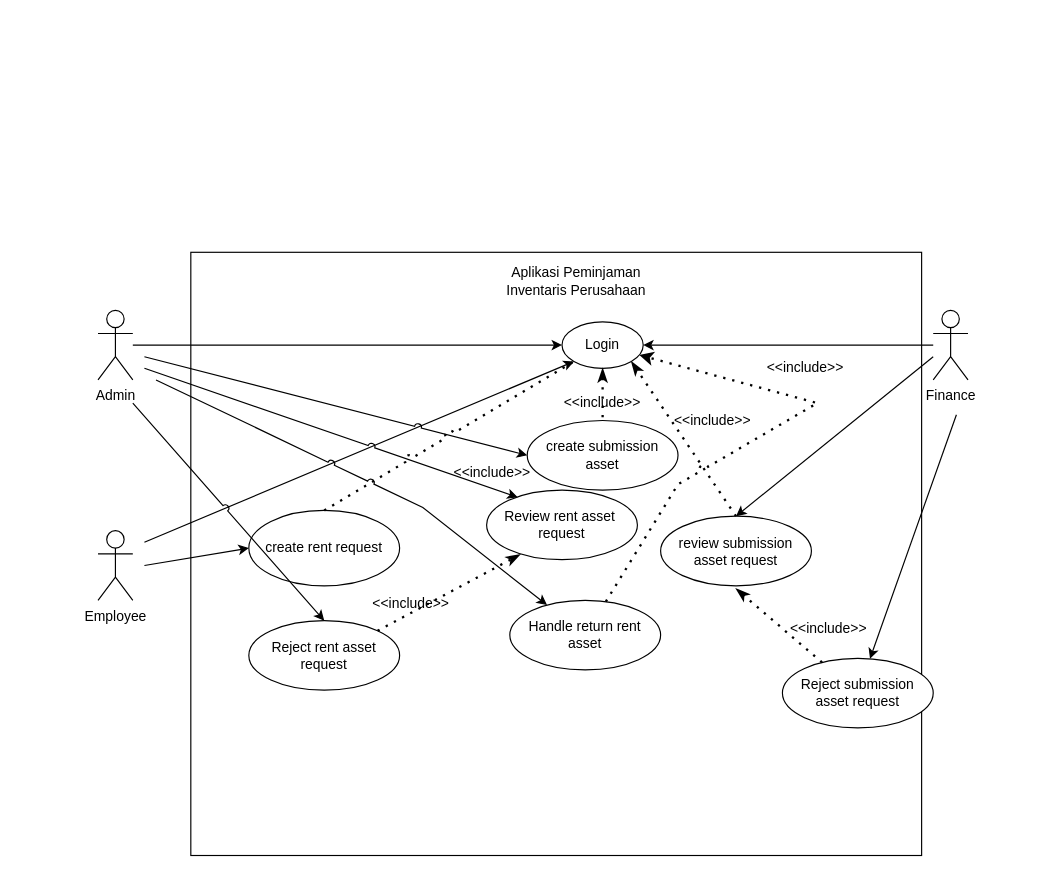
alifandartaa/BPMN-MCC72 keeps this draw.io diagram as page "UCD" (2 of 10) of Untitled Diagram.drawio. Above is the earlier version. Source tidied: cells renumbered, new cells numbered last; positions are measured from the earlier drawing's top-left corner, leaving out a move shared by most shapes. Both pictures are drawn from the tidied source at 116%, with x=0, y=0 at pixel (97, 252).
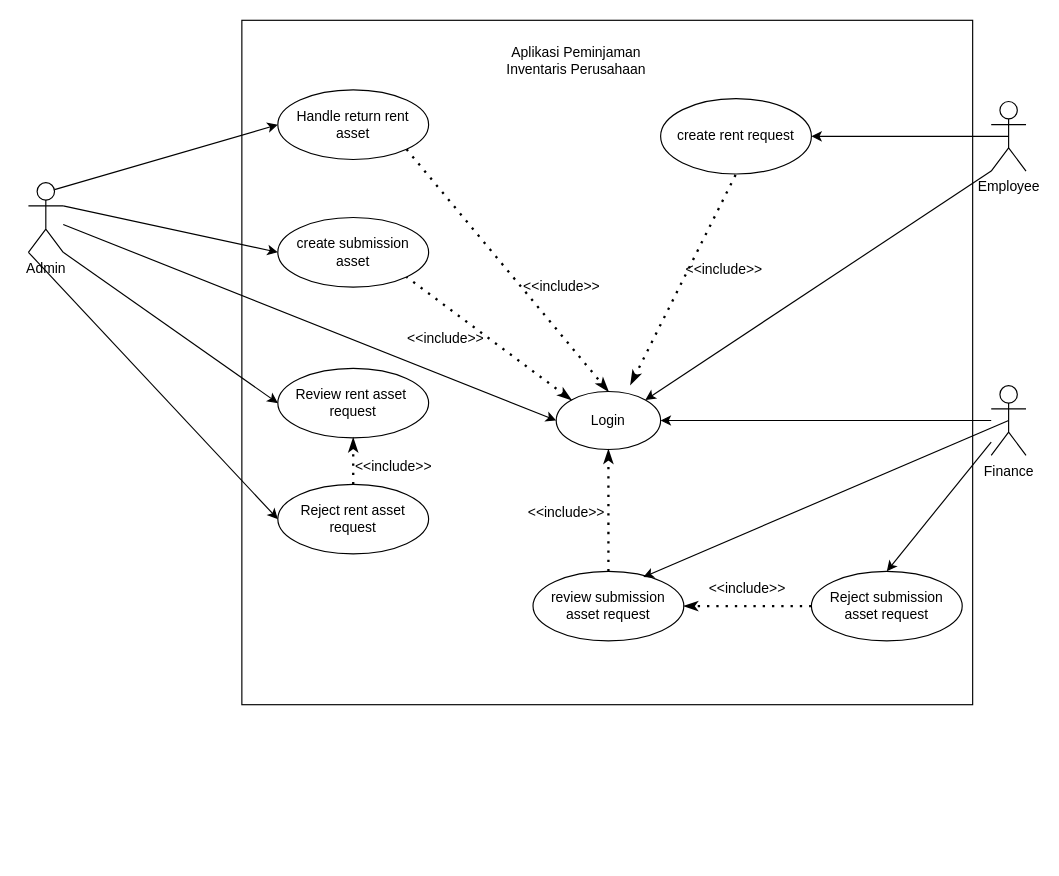
After the change.

What changed in the source:
```diff
@@
-    <mxCell id="2" style="rounded=0;whiteSpace=wrap;html=1;" parent="1" vertex="1">
-      <mxGeometry x="80" width="630" height="520" as="geometry" />
-    </mxCell>
+    <mxCell id="37" style="rounded=0;whiteSpace=wrap;html=1;" parent="1" vertex="1">
+      <mxGeometry x="124" y="-200" width="630" height="590" as="geometry" />
+    </mxCell>
     <mxCell id="3" value="Admin" style="shape=umlActor;verticalLabelPosition=bottom;verticalAlign=top;html=1;outlineConnect=0;" parent="1" vertex="1">
-      <mxGeometry y="50" width="30" height="60" as="geometry" />
+      <mxGeometry x="-60" y="-60" width="30" height="60" as="geometry" />
     </mxCell>
     <mxCell id="4" value="Finance" style="shape=umlActor;verticalLabelPosition=bottom;verticalAlign=top;html=1;outlineConnect=0;" parent="1" vertex="1">
-      <mxGeometry x="720" y="50" width="30" height="60" as="geometry" />
+      <mxGeometry x="770" y="115" width="30" height="60" as="geometry" />
     </mxCell>
     <mxCell id="5" value="Login" style="ellipse;whiteSpace=wrap;html=1;" parent="1" vertex="1">
-      <mxGeometry x="400" y="60" width="70" height="40" as="geometry" />
+      <mxGeometry x="395" y="120" width="90" height="50" as="geometry" />
     </mxCell>
     <mxCell id="6" value="Employee" style="shape=umlActor;verticalLabelPosition=bottom;verticalAlign=top;html=1;outlineConnect=0;" parent="1" vertex="1">
-      <mxGeometry y="240" width="30" height="60" as="geometry" />
+      <mxGeometry x="770" y="-130" width="30" height="60" as="geometry" />
     </mxCell>
     <mxCell id="7" value="Review rent asset&amp;nbsp;&lt;br&gt;request" style="ellipse;whiteSpace=wrap;html=1;" parent="1" vertex="1">
-      <mxGeometry x="335" y="205" width="130" height="60" as="geometry" />
+      <mxGeometry x="155" y="100" width="130" height="60" as="geometry" />
     </mxCell>
     <mxCell id="8" value="Reject submission asset request" style="ellipse;whiteSpace=wrap;html=1;" parent="1" vertex="1">
-      <mxGeometry x="590" y="350" width="130" height="60" as="geometry" />
+      <mxGeometry x="615" y="275" width="130" height="60" as="geometry" />
     </mxCell>
     <mxCell id="9" value="create submission asset" style="ellipse;whiteSpace=wrap;html=1;" parent="1" vertex="1">
-      <mxGeometry x="370" y="145" width="130" height="60" as="geometry" />
+      <mxGeometry x="155" y="-30" width="130" height="60" as="geometry" />
     </mxCell>
     <mxCell id="10" value="create rent request" style="ellipse;whiteSpace=wrap;html=1;" parent="1" vertex="1">
-      <mxGeometry x="130" y="222.5" width="130" height="65" as="geometry" />
+      <mxGeometry x="485" y="-132.5" width="130" height="65" as="geometry" />
     </mxCell>
     <mxCell id="11" value="Reject rent asset request" style="ellipse;whiteSpace=wrap;html=1;" parent="1" vertex="1">
-      <mxGeometry x="130" y="317.5" width="130" height="60" as="geometry" />
+      <mxGeometry x="155" y="200" width="130" height="60" as="geometry" />
     </mxCell>
     <mxCell id="12" value="review submission asset request" style="ellipse;whiteSpace=wrap;html=1;" parent="1" vertex="1">
-      <mxGeometry x="485" y="227.5" width="130" height="60" as="geometry" />
+      <mxGeometry x="375" y="275" width="130" height="60" as="geometry" />
     </mxCell>
-    <mxCell id="13" style="endArrow=classic;html=1;rounded=0;entryX=0;entryY=1;entryDx=0;entryDy=0;jumpStyle=arc;" parent="1" edge="1" target="5">
-      <mxGeometry relative="1" as="geometry">
-        <mxPoint x="40" y="250" as="sourcePoint" />
-      </mxGeometry>
+    <mxCell id="13" style="endArrow=classic;html=1;rounded=0;entryX=1;entryY=0;entryDx=0;entryDy=0;jumpStyle=arc;exitX=0;exitY=1;exitDx=0;exitDy=0;exitPerimeter=0;" parent="1" edge="1" source="6" target="5">
+      <mxGeometry relative="1" as="geometry" />
     </mxCell>
-    <mxCell id="14" style="endArrow=classic;html=1;rounded=0;entryX=0;entryY=0.5;entryDx=0;entryDy=0;" parent="1" edge="1" target="10">
-      <mxGeometry relative="1" as="geometry">
-        <mxPoint x="40" y="270" as="sourcePoint" />
-      </mxGeometry>
+    <mxCell id="14" style="endArrow=classic;html=1;rounded=0;exitX=0.5;exitY=0.5;exitDx=0;exitDy=0;exitPerimeter=0;entryX=1;entryY=0.5;entryDx=0;entryDy=0;" parent="1" edge="1" source="6" target="10">
+      <mxGeometry relative="1" as="geometry" />
     </mxCell>
@@
-    <mxCell id="16" style="endArrow=classic;html=1;rounded=0;entryX=0;entryY=0.5;entryDx=0;entryDy=0;jumpStyle=arc;" parent="1" edge="1" target="9">
-      <mxGeometry relative="1" as="geometry">
-        <mxPoint x="40" y="90" as="sourcePoint" />
-      </mxGeometry>
+    <mxCell id="16" style="endArrow=classic;html=1;rounded=0;entryX=0;entryY=0.5;entryDx=0;entryDy=0;jumpStyle=arc;exitX=1;exitY=0.3333333333333333;exitDx=0;exitDy=0;exitPerimeter=0;" parent="1" edge="1" source="3" target="9">
+      <mxGeometry relative="1" as="geometry" />
     </mxCell>
-    <mxCell id="17" style="endArrow=none;dashed=1;html=1;dashPattern=1 3;strokeWidth=2;rounded=0;exitX=0.5;exitY=1;exitDx=0;exitDy=0;entryX=0.5;entryY=0;entryDx=0;entryDy=0;startArrow=classicThin;startFill=1;" parent="1" edge="1" source="5" target="9">
+    <mxCell id="17" style="endArrow=none;dashed=1;html=1;dashPattern=1 3;strokeWidth=2;rounded=0;entryX=1;entryY=1;entryDx=0;entryDy=0;startArrow=classicThin;startFill=1;exitX=0;exitY=0;exitDx=0;exitDy=0;" parent="1" edge="1" source="5" target="9">
       <mxGeometry relative="1" as="geometry" />
     </mxCell>
     <mxCell id="18" value="&amp;lt;&amp;lt;include&amp;gt;&amp;gt;" style="text;html=1;strokeColor=none;fillColor=none;align=center;verticalAlign=middle;whiteSpace=wrap;rounded=0;" parent="1" vertex="1">
-      <mxGeometry x="500" y="130" width="60" height="30" as="geometry" />
+      <mxGeometry x="370" y="15" width="60" height="30" as="geometry" />
     </mxCell>
-    <mxCell id="19" style="endArrow=classic;html=1;rounded=0;entryX=0.206;entryY=0.103;entryDx=0;entryDy=0;entryPerimeter=0;jumpStyle=arc;" parent="1" edge="1" target="7">
-      <mxGeometry relative="1" as="geometry">
-        <mxPoint x="40" y="100" as="sourcePoint" />
-      </mxGeometry>
+    <mxCell id="19" style="endArrow=classic;html=1;rounded=0;entryX=0;entryY=0.5;entryDx=0;entryDy=0;jumpStyle=arc;exitX=1;exitY=1;exitDx=0;exitDy=0;exitPerimeter=0;" parent="1" edge="1" source="3" target="7">
+      <mxGeometry relative="1" as="geometry" />
     </mxCell>
-    <mxCell id="20" style="endArrow=none;dashed=1;html=1;dashPattern=1 3;strokeWidth=2;rounded=0;exitX=0.5;exitY=0;exitDx=0;exitDy=0;entryX=0;entryY=1;entryDx=0;entryDy=0;jumpStyle=arc;" parent="1" edge="1" source="10" target="5">
-      <mxGeometry relative="1" as="geometry" />
-    </mxCell>
     <mxCell id="21" value="&amp;lt;&amp;lt;include&amp;gt;&amp;gt;" style="text;html=1;strokeColor=none;fillColor=none;align=center;verticalAlign=middle;whiteSpace=wrap;rounded=0;" parent="1" vertex="1">
-      <mxGeometry x="310" y="175" width="60" height="30" as="geometry" />
+      <mxGeometry x="374" y="210" width="60" height="30" as="geometry" />
     </mxCell>
-    <mxCell id="22" style="endArrow=classic;html=1;rounded=0;entryX=0.5;entryY=0;entryDx=0;entryDy=0;jumpStyle=arc;" parent="1" edge="1" target="11">
-      <mxGeometry relative="1" as="geometry">
-        <mxPoint x="30" y="130" as="sourcePoint" />
-      </mxGeometry>
+    <mxCell id="22" style="endArrow=classic;html=1;rounded=0;entryX=0;entryY=0.5;entryDx=0;entryDy=0;jumpStyle=arc;exitX=0;exitY=1;exitDx=0;exitDy=0;exitPerimeter=0;" parent="1" edge="1" source="3" target="11">
+      <mxGeometry relative="1" as="geometry" />
     </mxCell>
@@
-    <mxCell id="24" style="endArrow=classic;html=1;rounded=0;entryX=0.5;entryY=0;entryDx=0;entryDy=0;jumpStyle=arc;" parent="1" edge="1" target="12">
-      <mxGeometry relative="1" as="geometry">
-        <mxPoint x="720" y="90" as="sourcePoint" />
-      </mxGeometry>
-    </mxCell>
-    <mxCell id="25" style="endArrow=classicThin;dashed=1;html=1;dashPattern=1 3;strokeWidth=2;rounded=0;entryX=1;entryY=1;entryDx=0;entryDy=0;exitX=0.5;exitY=0;exitDx=0;exitDy=0;jumpStyle=arc;endFill=1;" parent="1" edge="1" source="12" target="5">
-      <mxGeometry relative="1" as="geometry" />
-    </mxCell>
     <mxCell id="26" value="&amp;lt;&amp;lt;include&amp;gt;&amp;gt;" style="text;html=1;strokeColor=none;fillColor=none;align=center;verticalAlign=middle;whiteSpace=wrap;rounded=0;" parent="1" vertex="1">
-      <mxGeometry x="405" y="115" width="60" height="30" as="geometry" />
+      <mxGeometry x="530" y="275" width="60" height="30" as="geometry" />
     </mxCell>
-    <mxCell id="27" style="endArrow=classic;html=1;rounded=0;jumpStyle=arc;" parent="1" edge="1" target="8">
-      <mxGeometry relative="1" as="geometry">
-        <mxPoint x="740" y="140" as="sourcePoint" />
-      </mxGeometry>
+    <mxCell id="27" style="endArrow=classic;html=1;rounded=0;jumpStyle=arc;entryX=0.5;entryY=0;entryDx=0;entryDy=0;" parent="1" edge="1" source="4" target="8">
+      <mxGeometry relative="1" as="geometry" />
     </mxCell>
     <mxCell id="28" value="Aplikasi Peminjaman Inventaris Perusahaan" style="text;html=1;strokeColor=none;fillColor=none;align=center;verticalAlign=middle;whiteSpace=wrap;rounded=0;" parent="1" vertex="1">
-      <mxGeometry x="330" y="10" width="165" height="30" as="geometry" />
+      <mxGeometry x="330" y="-180" width="165" height="30" as="geometry" />
     </mxCell>
-    <mxCell id="29" style="endArrow=classic;html=1;rounded=0;jumpStyle=arc;" parent="1" edge="1" target="30">
-      <mxGeometry relative="1" as="geometry">
-        <mxPoint x="50" y="110" as="sourcePoint" />
-        <Array as="points">
-          <mxPoint x="280" y="220" />
-        </Array>
-      </mxGeometry>
-    </mxCell>
     <mxCell id="30" value="Handle return rent asset" style="ellipse;whiteSpace=wrap;html=1;" parent="1" vertex="1">
-      <mxGeometry x="355" y="300" width="130" height="60" as="geometry" />
+      <mxGeometry x="155" y="-140" width="130" height="60" as="geometry" />
     </mxCell>
-    <mxCell id="31" style="endArrow=classic;dashed=1;html=1;dashPattern=1 3;strokeWidth=2;rounded=0;jumpStyle=arc;endFill=1;" parent="1" edge="1" source="30" target="5">
-      <mxGeometry relative="1" as="geometry">
-        <Array as="points">
-          <mxPoint x="500" y="200" />
-          <mxPoint x="620" y="130" />
-        </Array>
-      </mxGeometry>
-    </mxCell>
     <mxCell id="32" value="&amp;lt;&amp;lt;include&amp;gt;&amp;gt;" style="text;html=1;strokeColor=none;fillColor=none;align=center;verticalAlign=middle;whiteSpace=wrap;rounded=0;" parent="1" vertex="1">
-      <mxGeometry x="580" y="85" width="60" height="30" as="geometry" />
+      <mxGeometry x="225" y="170" width="60" height="30" as="geometry" />
     </mxCell>
     <mxCell id="33" value="&amp;lt;&amp;lt;include&amp;gt;&amp;gt;" style="text;html=1;strokeColor=none;fillColor=none;align=center;verticalAlign=middle;whiteSpace=wrap;rounded=0;" parent="1" vertex="1">
-      <mxGeometry x="240" y="287.5" width="60" height="30" as="geometry" />
+      <mxGeometry x="510" width="60" height="30" as="geometry" />
     </mxCell>
+    <mxCell id="35" value="&amp;lt;&amp;lt;include&amp;gt;&amp;gt;" style="text;html=1;strokeColor=none;fillColor=none;align=center;verticalAlign=middle;whiteSpace=wrap;rounded=0;" parent="1" vertex="1">
+      <mxGeometry x="270" y="60" width="60" height="30" as="geometry" />
+    </mxCell>
+    <mxCell id="38" style="endArrow=classicThin;dashed=1;html=1;dashPattern=1 3;strokeWidth=2;rounded=0;exitX=0;exitY=0.5;exitDx=0;exitDy=0;endFill=1;entryX=1;entryY=0.5;entryDx=0;entryDy=0;" parent="1" edge="1" source="8" target="12">
+      <mxGeometry relative="1" as="geometry" />
+    </mxCell>
+    <mxCell id="39" style="endArrow=classic;html=1;rounded=0;exitX=0.75;exitY=0.1;exitDx=0;exitDy=0;exitPerimeter=0;entryX=0;entryY=0.5;entryDx=0;entryDy=0;" parent="1" edge="1" source="3" target="30">
+      <mxGeometry relative="1" as="geometry" />
+    </mxCell>
+    <mxCell id="25" style="endArrow=classicThin;dashed=1;html=1;dashPattern=1 3;strokeWidth=2;rounded=0;exitX=0.5;exitY=0;exitDx=0;exitDy=0;entryX=0.5;entryY=1;entryDx=0;entryDy=0;endFill=1;" parent="1" edge="1" source="12" target="5">
+      <mxGeometry relative="1" as="geometry" />
+    </mxCell>
-    <mxCell id="34" style="endArrow=classicThin;dashed=1;html=1;dashPattern=1 3;strokeWidth=2;rounded=0;exitX=1;exitY=0;exitDx=0;exitDy=0;entryX=0.222;entryY=0.926;entryDx=0;entryDy=0;entryPerimeter=0;endFill=1;" parent="1" edge="1" source="11" target="7">
+    <mxCell id="34" style="endArrow=classicThin;dashed=1;html=1;dashPattern=1 3;strokeWidth=2;rounded=0;exitX=0.5;exitY=0;exitDx=0;exitDy=0;entryX=0.5;entryY=1;entryDx=0;entryDy=0;endFill=1;" parent="1" edge="1" source="11" target="7">
       <mxGeometry relative="1" as="geometry" />
     </mxCell>
-    <mxCell id="35" value="&amp;lt;&amp;lt;include&amp;gt;&amp;gt;" style="text;html=1;strokeColor=none;fillColor=none;align=center;verticalAlign=middle;whiteSpace=wrap;rounded=0;" parent="1" vertex="1">
-      <mxGeometry x="600" y="310" width="60" height="30" as="geometry" />
-    </mxCell>
-    <mxCell id="36" style="endArrow=classicThin;dashed=1;html=1;dashPattern=1 3;strokeWidth=2;rounded=0;endFill=1;" parent="1" edge="1" source="8">
-      <mxGeometry relative="1" as="geometry">
-        <mxPoint x="550" y="290" as="targetPoint" />
-      </mxGeometry>
-    </mxCell>
+    <mxCell id="31" style="endArrow=classicThin;dashed=1;html=1;dashPattern=1 3;strokeWidth=2;rounded=0;exitX=1;exitY=1;exitDx=0;exitDy=0;entryX=0.5;entryY=0;entryDx=0;entryDy=0;endFill=1;" parent="1" edge="1" source="30" target="5">
+      <mxGeometry relative="1" as="geometry" />
+    </mxCell>
+    <mxCell id="40" style="endArrow=none;dashed=1;html=1;dashPattern=1 3;strokeWidth=2;rounded=0;entryX=0.5;entryY=1;entryDx=0;entryDy=0;exitX=0.712;exitY=-0.118;exitDx=0;exitDy=0;exitPerimeter=0;startArrow=classicThin;startFill=1;" parent="1" edge="1" source="5" target="10">
+      <mxGeometry relative="1" as="geometry" />
+    </mxCell>
+    <mxCell id="41" style="endArrow=classic;html=1;rounded=0;exitX=0.5;exitY=0.5;exitDx=0;exitDy=0;exitPerimeter=0;entryX=0.731;entryY=0.083;entryDx=0;entryDy=0;entryPerimeter=0;" parent="1" edge="1" source="4" target="12">
+      <mxGeometry relative="1" as="geometry" />
+    </mxCell>
```
